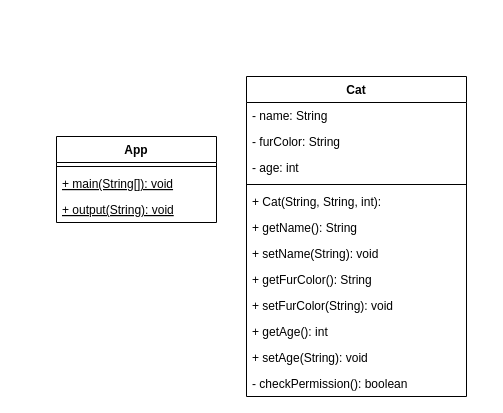
This is page "App / Cat" (2 of 2) of com/cc/java/klassendiagramm.drawio from 01-LT/02_Klassen_Objekte_1, a draw.io file, before an edit. Source tidied: cells renumbered, new cells numbered last; positions are measured from the earlier drawing's top-left corner, leaving out a move shared by most shapes. Both pictures are drawn from the tidied source at 100%, with x=0, y=0 at pixel (56, 76).
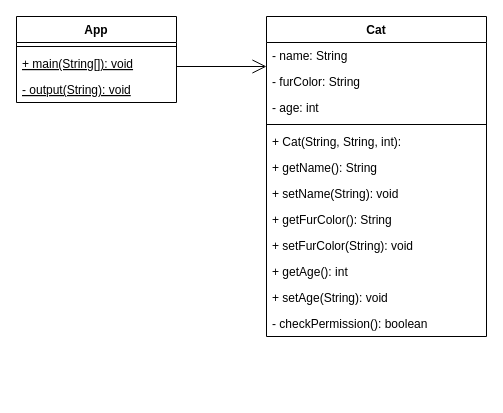
Above is the later version.

Change to the diagram source:
```diff
@@
     <mxCell id="2" value="Cat&#10;" style="swimlane;fontStyle=1;align=center;verticalAlign=top;horizontal=1;startSize=26;" parent="1" vertex="1">
-      <mxGeometry x="190" width="220" height="320" as="geometry" />
+      <mxGeometry x="210" y="-60" width="220" height="320" as="geometry" />
     </mxCell>
@@
     <mxCell id="15" value="App" style="swimlane;fontStyle=1;align=center;verticalAlign=top;horizontal=1;startSize=26;" parent="1" vertex="1">
-      <mxGeometry y="60" width="160" height="86" as="geometry" />
+      <mxGeometry x="-40" y="-60" width="160" height="86" as="geometry" />
     </mxCell>
@@
-    <mxCell id="17" value="+ main(String[]): void" style="text;strokeColor=none;fillColor=none;align=left;verticalAlign=top;spacingLeft=4;spacingRight=4;overflow=hidden;fontStyle=4;" parent="15" vertex="1">
+    <mxCell id="17" value="+ main(String[]): void&#10;" style="text;strokeColor=none;fillColor=none;align=left;verticalAlign=top;spacingLeft=4;spacingRight=4;overflow=hidden;fontStyle=4;" parent="15" vertex="1">
       <mxGeometry y="34" width="160" height="26" as="geometry" />
     </mxCell>
-    <mxCell id="18" value="+ output(String): void" style="text;strokeColor=none;fillColor=none;align=left;verticalAlign=top;spacingLeft=4;spacingRight=4;overflow=hidden;fontStyle=4;" parent="15" vertex="1">
+    <mxCell id="18" value="- output(String): void" style="text;strokeColor=none;fillColor=none;align=left;verticalAlign=top;spacingLeft=4;spacingRight=4;overflow=hidden;fontStyle=4;" parent="15" vertex="1">
       <mxGeometry y="60" width="160" height="26" as="geometry" />
     </mxCell>
+    <mxCell id="19" style="endArrow=open;endFill=1;endSize=12;html=1;" parent="1" edge="1">
+      <mxGeometry relative="1" as="geometry">
+        <mxPoint x="120" y="-10" as="sourcePoint" />
+        <mxPoint x="210" y="-10" as="targetPoint" />
+      </mxGeometry>
+    </mxCell>
```
